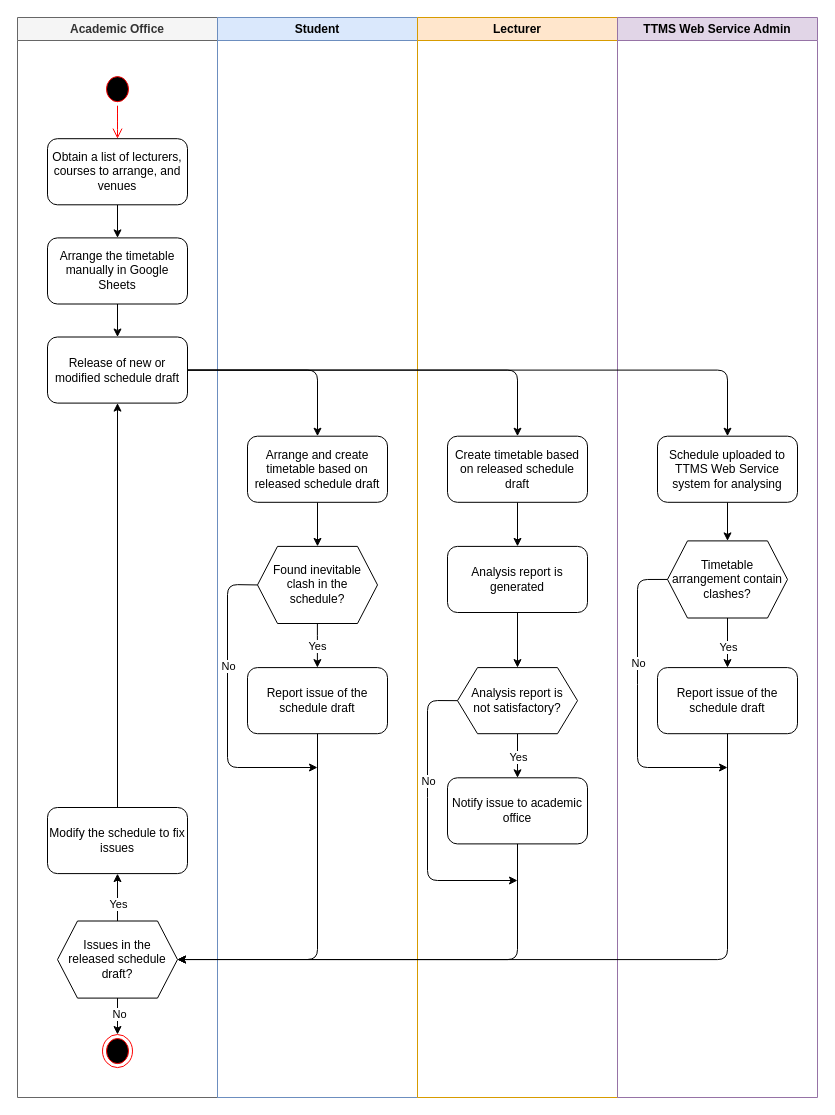
Earlier version of the draw.io diagram activity/as-is.drawio (AdmiJW/UTM-FC-Scheduler-UML). Source tidied: cells renumbered, new cells numbered last; positions are measured from the earlier drawing's top-left corner, leaving out a move shared by most shapes. Both pictures are drawn from the tidied source at 100%, with x=0, y=0 at pixel (17, 17).
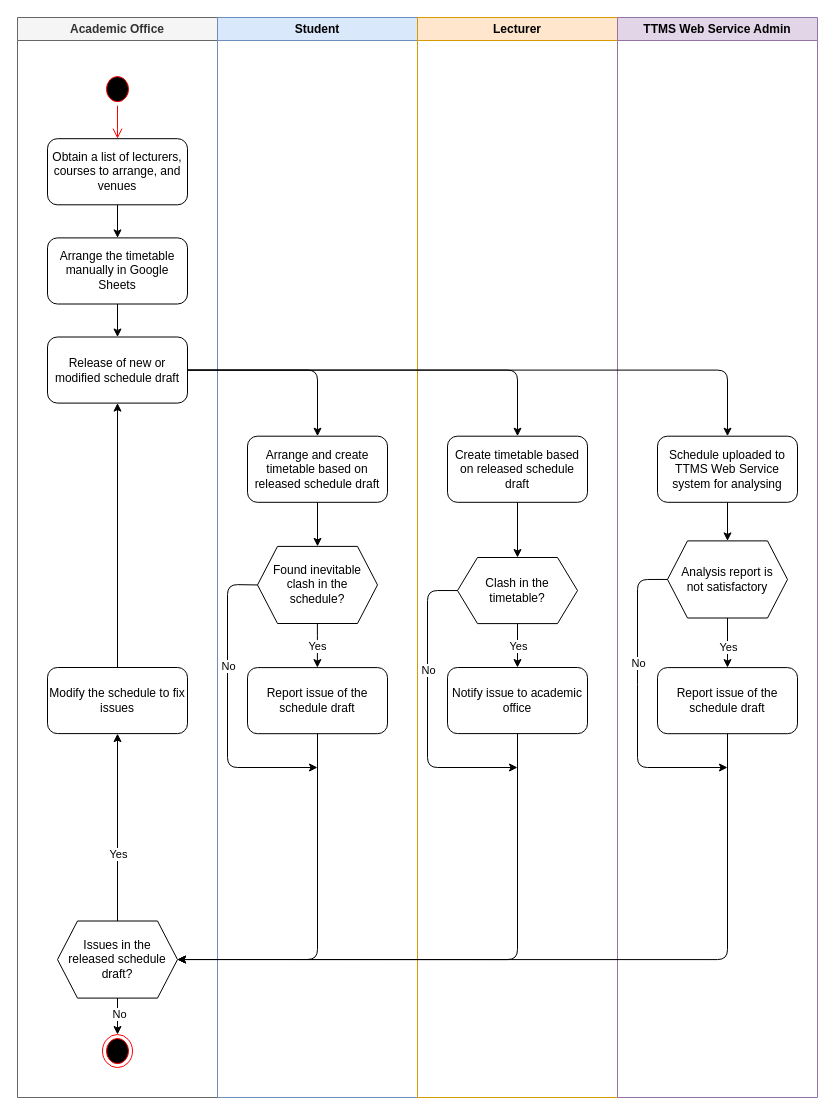
The same page after the edit.

Unchanged cells that the change refers to:
```xml
<mxCell id="5" value="Academic Office" style="swimlane;whiteSpace=wrap;html=1;fillColor=#f5f5f5;fontColor=#333333;strokeColor=#666666;" parent="2" vertex="1">
  <mxGeometry width="200" height="1080" as="geometry" />
</mxCell>
<mxCell id="28" value="Lecturer" style="swimlane;whiteSpace=wrap;html=1;startSize=23;fillColor=#ffe6cc;strokeColor=#d79b00;" parent="2" vertex="1">
  <mxGeometry x="400" width="200" height="1080" as="geometry" />
</mxCell>
<mxCell id="30" value="Create timetable based on released schedule draft" style="rounded=1;whiteSpace=wrap;html=1;" parent="28" vertex="1">
  <mxGeometry x="30" y="418.7" width="140" height="66.1" as="geometry" />
</mxCell>
<mxCell id="39" value="TTMS Web Service Admin" style="swimlane;whiteSpace=wrap;html=1;startSize=23;fillColor=#e1d5e7;strokeColor=#9673a6;" parent="2" vertex="1">
  <mxGeometry x="600" width="200" height="1080" as="geometry" />
</mxCell>
```

Diff of the diagram source:
```diff
@@
     <mxCell id="20" value="Modify the schedule to fix issues" style="rounded=1;whiteSpace=wrap;html=1;" parent="5" vertex="1">
-      <mxGeometry x="30" y="790" width="140" height="66.1" as="geometry" />
+      <mxGeometry x="30" y="650" width="140" height="66.1" as="geometry" />
     </mxCell>
@@
-    <mxCell id="29" style="edgeStyle=orthogonalEdgeStyle;html=1;entryX=0.5;entryY=0;entryDx=0;entryDy=0;" parent="28" edge="1" source="30" target="32">
+    <mxCell id="29" style="edgeStyle=orthogonalEdgeStyle;html=1;" parent="28" edge="1" source="30" target="35">
       <mxGeometry relative="1" as="geometry" />
     </mxCell>
@@
-    <mxCell id="31" style="edgeStyle=orthogonalEdgeStyle;html=1;entryX=0.5;entryY=0;entryDx=0;entryDy=0;" parent="28" edge="1" source="32" target="35">
-      <mxGeometry relative="1" as="geometry" />
-    </mxCell>
-    <mxCell id="32" value="Analysis report is generated" style="rounded=1;whiteSpace=wrap;html=1;" parent="28" vertex="1">
-      <mxGeometry x="30" y="528.9" width="140" height="66.1" as="geometry" />
-    </mxCell>
@@
-    <mxCell id="35" value="Analysis report is &lt;br&gt;not satisfactory?" style="shape=hexagon;perimeter=hexagonPerimeter2;whiteSpace=wrap;html=1;fixedSize=1;" parent="28" vertex="1">
-      <mxGeometry x="40" y="650.1" width="120" height="66.1" as="geometry" />
+    <mxCell id="35" value="Clash in the timetable?" style="shape=hexagon;perimeter=hexagonPerimeter2;whiteSpace=wrap;html=1;fixedSize=1;" parent="28" vertex="1">
+      <mxGeometry x="40" y="540" width="120" height="66.1" as="geometry" />
     </mxCell>
     <mxCell id="36" value="Notify issue to academic office" style="rounded=1;whiteSpace=wrap;html=1;" parent="28" vertex="1">
-      <mxGeometry x="30" y="760.3" width="140" height="66.1" as="geometry" />
+      <mxGeometry x="30" y="650" width="140" height="66.1" as="geometry" />
     </mxCell>
     <mxCell id="37" style="endArrow=classic;html=1;exitX=0;exitY=0.5;exitDx=0;exitDy=0;" parent="28" edge="1" source="35">
       <mxGeometry relative="1" as="geometry">
-        <mxPoint x="100" y="863" as="targetPoint" />
+        <mxPoint x="100" y="750" as="targetPoint" />
         <Array as="points">
-          <mxPoint x="10" y="683" />
-          <mxPoint x="10" y="770" />
-          <mxPoint x="10" y="863" />
+          <mxPoint x="10" y="573" />
+          <mxPoint x="10" y="750" />
         </Array>
       </mxGeometry>
     </mxCell>
@@
-    <mxCell id="44" value="Timetable arrangement contain clashes?" style="shape=hexagon;perimeter=hexagonPerimeter2;whiteSpace=wrap;html=1;fixedSize=1;" parent="39" vertex="1">
+    <mxCell id="44" value="Analysis report is &lt;br&gt;not satisfactory" style="shape=hexagon;perimeter=hexagonPerimeter2;whiteSpace=wrap;html=1;fixedSize=1;" parent="39" vertex="1">
       <mxGeometry x="50" y="523.4" width="120" height="77.1" as="geometry" />
     </mxCell>
```
